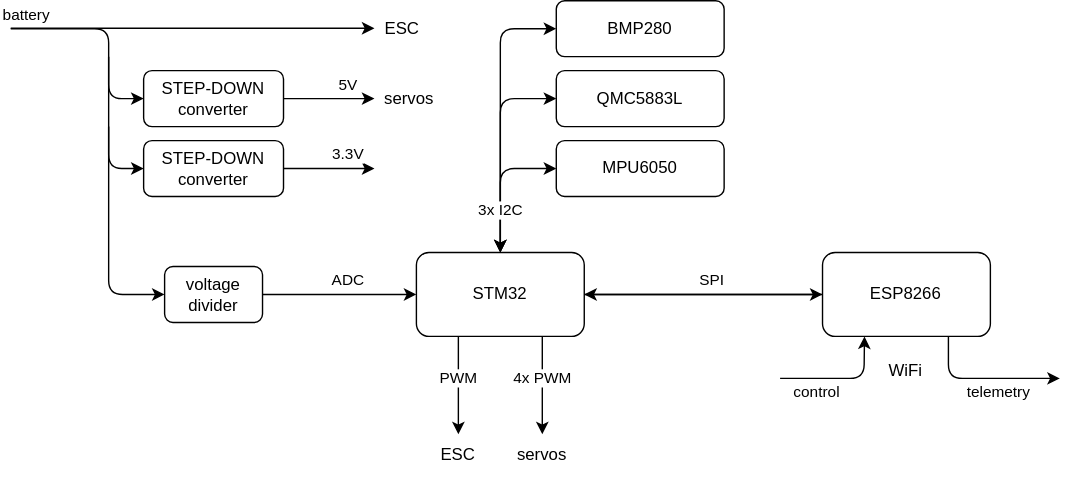
Above: docs/flight_controller.drawio.svg in Eryk-Mozdzen/uav-tvc-goose (draw.io), before the change. Source tidied: cells renumbered, new cells last; positions are measured from the earlier drawing's top-left corner, leaving out a move shared by most shapes.
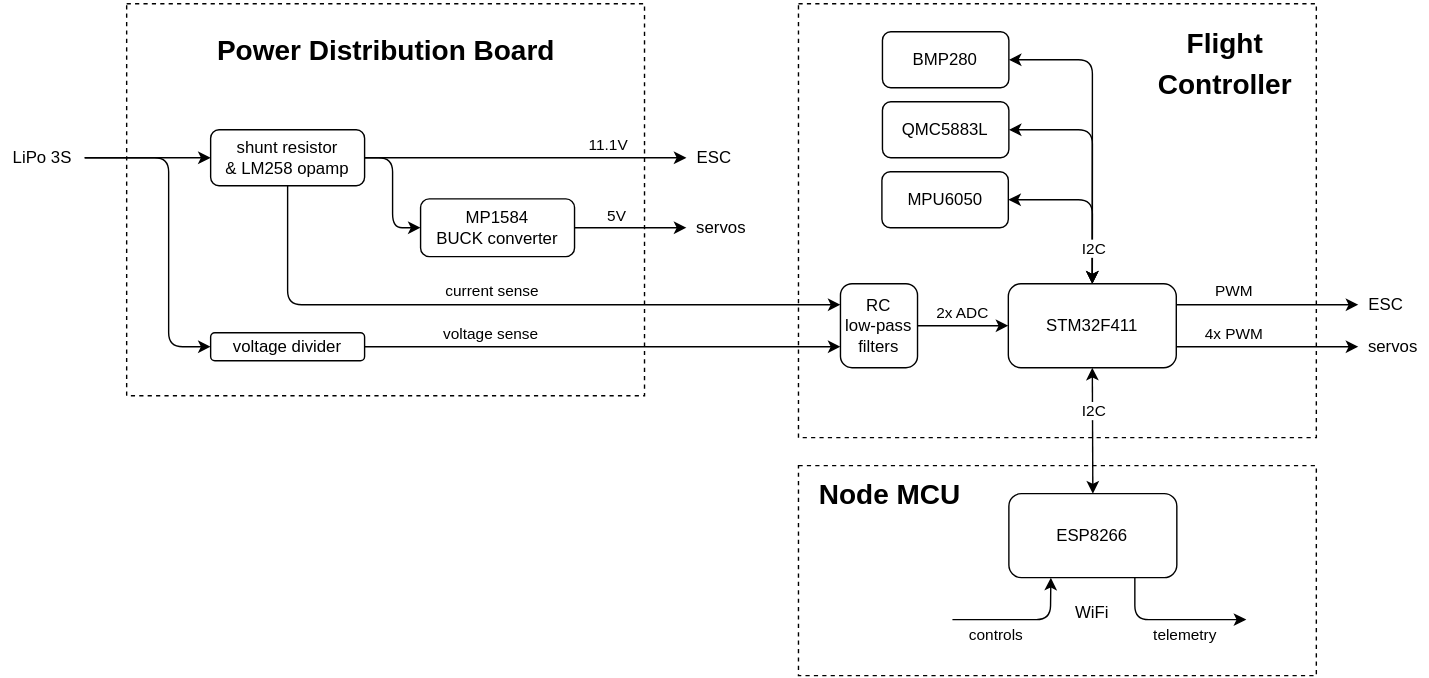
The same diagram one commit later.

Diff of the diagram source:
```diff
@@ -2,46 +2,36 @@
   <root>
     <mxCell id="0" />
     <mxCell id="1" parent="0" />
-    <mxCell id="2" style="edgeStyle=none;html=1;entryX=0;entryY=0.5;entryDx=0;entryDy=0;" parent="1" edge="1" source="6" target="11">
-      <mxGeometry relative="1" as="geometry" />
-    </mxCell>
+    <mxCell id="43" style="rounded=0;whiteSpace=wrap;html=1;dashed=1;" parent="1" vertex="1">
+      <mxGeometry x="-150" y="-10" width="370" height="280" as="geometry" />
+    </mxCell>
+    <mxCell id="44" style="rounded=0;whiteSpace=wrap;html=1;dashed=1;" parent="1" vertex="1">
+      <mxGeometry x="330" y="-10" width="370" height="310" as="geometry" />
+    </mxCell>
+    <mxCell id="45" style="rounded=0;whiteSpace=wrap;html=1;dashed=1;" parent="1" vertex="1">
+      <mxGeometry x="330" y="320" width="370" height="150" as="geometry" />
+    </mxCell>
     <mxCell id="3" style="edgeStyle=none;html=1;entryX=0.25;entryY=1;entryDx=0;entryDy=0;" parent="1" edge="1" target="11">
       <mxGeometry relative="1" as="geometry">
-        <mxPoint x="550" y="270" as="sourcePoint" />
+        <mxPoint x="440" y="430" as="sourcePoint" />
         <Array as="points">
-          <mxPoint x="610" y="270" />
+          <mxPoint x="510" y="430" />
         </Array>
       </mxGeometry>
     </mxCell>
-    <mxCell id="4" value="control" style="edgeLabel;html=1;align=center;verticalAlign=middle;" parent="3" vertex="1">
+    <mxCell id="4" value="controls" style="edgeLabel;html=1;align=center;verticalAlign=middle;" parent="3" vertex="1">
       <mxGeometry x="0.02" relative="1" as="geometry">
         <mxPoint x="-21" y="10" as="offset" />
       </mxGeometry>
     </mxCell>
-    <mxCell id="5" style="edgeStyle=none;html=1;entryX=0;entryY=0.5;entryDx=0;entryDy=0;" parent="1" edge="1" target="15">
-      <mxGeometry relative="1" as="geometry">
-        <mxPoint x="70" y="40" as="sourcePoint" />
-        <Array as="points">
-          <mxPoint x="70" y="120" />
-        </Array>
-      </mxGeometry>
-    </mxCell>
-    <mxCell id="6" value="STM32" style="rounded=1;whiteSpace=wrap;html=1;" parent="1" vertex="1">
-      <mxGeometry x="290" y="180" width="120" height="60" as="geometry" />
+    <mxCell id="6" value="STM32F411" style="rounded=1;whiteSpace=wrap;html=1;" parent="1" vertex="1">
+      <mxGeometry x="479.9" y="190" width="120" height="60" as="geometry" />
     </mxCell>
-    <mxCell id="7" style="edgeStyle=none;html=1;entryX=1;entryY=0.5;entryDx=0;entryDy=0;" parent="1" edge="1" source="11" target="6">
-      <mxGeometry relative="1" as="geometry" />
-    </mxCell>
-    <mxCell id="8" value="SPI" style="edgeLabel;html=1;align=center;verticalAlign=middle;" parent="7" vertex="1">
-      <mxGeometry x="-0.29" relative="1" as="geometry">
-        <mxPoint x="-20" y="-10" as="offset" />
-      </mxGeometry>
-    </mxCell>
     <mxCell id="9" style="edgeStyle=none;html=1;exitX=0.75;exitY=1;exitDx=0;exitDy=0;" parent="1" edge="1" source="11">
       <mxGeometry relative="1" as="geometry">
-        <mxPoint x="750" y="270" as="targetPoint" />
+        <mxPoint x="650" y="430" as="targetPoint" />
         <Array as="points">
-          <mxPoint x="670.3" y="270" />
+          <mxPoint x="570.3" y="430" />
         </Array>
       </mxGeometry>
     </mxCell>
@@ -51,150 +41,168 @@
       </mxGeometry>
     </mxCell>
     <mxCell id="11" value="ESP8266" style="rounded=1;whiteSpace=wrap;html=1;" parent="1" vertex="1">
-      <mxGeometry x="580.3" y="180" width="120" height="60" as="geometry" />
+      <mxGeometry x="480.3" y="340" width="120" height="60" as="geometry" />
     </mxCell>
-    <mxCell id="12" style="edgeStyle=none;html=1;exitX=1;exitY=0.5;exitDx=0;exitDy=0;" parent="1" edge="1" source="15">
-      <mxGeometry relative="1" as="geometry">
-        <mxPoint x="260" y="120" as="targetPoint" />
-      </mxGeometry>
-    </mxCell>
-    <mxCell id="13" value="3.3V" style="edgeLabel;html=1;align=center;verticalAlign=middle;" parent="12" vertex="1">
-      <mxGeometry x="-0.22" y="-2" relative="1" as="geometry">
-        <mxPoint x="-78" y="-12" as="offset" />
-      </mxGeometry>
-    </mxCell>
-    <mxCell id="14" value="3.3V" style="edgeLabel;html=1;align=center;verticalAlign=middle;" parent="12" vertex="1">
-      <mxGeometry x="0.38" relative="1" as="geometry">
-        <mxPoint y="-10" as="offset" />
-      </mxGeometry>
-    </mxCell>
-    <mxCell id="15" value="STEP-DOWN&lt;br&gt;converter" style="rounded=1;whiteSpace=wrap;html=1;" parent="1" vertex="1">
-      <mxGeometry x="95" y="100" width="100" height="40" as="geometry" />
-    </mxCell>
     <mxCell id="16" value="WiFi" style="text;html=1;strokeColor=none;fillColor=none;align=center;verticalAlign=middle;whiteSpace=wrap;rounded=0;" parent="1" vertex="1">
-      <mxGeometry x="610.3" y="250" width="60" height="30" as="geometry" />
+      <mxGeometry x="510.3" y="410" width="60" height="30" as="geometry" />
     </mxCell>
-    <mxCell id="17" style="endArrow=classic;html=1;" parent="1" edge="1">
-      <mxGeometry relative="1" as="geometry">
-        <mxPoint y="19.7" as="sourcePoint" />
-        <mxPoint x="260" y="19.7" as="targetPoint" />
-      </mxGeometry>
+    <mxCell id="17" style="endArrow=classic;html=1;entryX=0;entryY=0.5;entryDx=0;entryDy=0;exitX=1;exitY=0.5;exitDx=0;exitDy=0;" parent="1" edge="1" source="47" target="41">
+      <mxGeometry relative="1" as="geometry" />
     </mxCell>
-    <mxCell id="18" value="battery" style="edgeLabel;html=1;align=center;verticalAlign=middle;" parent="17" vertex="1">
-      <mxGeometry x="0.19" y="1" relative="1" as="geometry">
-        <mxPoint x="-144" y="-9" as="offset" />
-      </mxGeometry>
-    </mxCell>
+    <mxCell id="46" value="11.1V" style="edgeLabel;html=1;align=center;verticalAlign=middle;" parent="17" vertex="1">
+      <mxGeometry x="0.37" y="-2" relative="1" as="geometry">
+        <mxPoint x="16" y="-12" as="offset" />
+      </mxGeometry>
+    </mxCell>
-    <mxCell id="19" style="endArrow=classic;html=1;entryX=0.5;entryY=0;entryDx=0;entryDy=0;" parent="1" edge="1" target="21">
-      <mxGeometry relative="1" as="geometry">
-        <mxPoint x="320" y="240" as="sourcePoint" />
-      </mxGeometry>
+    <mxCell id="19" style="endArrow=classic;html=1;entryX=0;entryY=0.5;entryDx=0;entryDy=0;exitX=1;exitY=0.25;exitDx=0;exitDy=0;" parent="1" edge="1" source="6" target="21">
+      <mxGeometry relative="1" as="geometry" />
     </mxCell>
     <mxCell id="20" value="PWM" style="edgeLabel;html=1;align=center;verticalAlign=middle;" parent="19" vertex="1">
       <mxGeometry x="-0.23" y="-1" relative="1" as="geometry">
-        <mxPoint x="1" y="3" as="offset" />
+        <mxPoint x="-10" y="-12" as="offset" />
       </mxGeometry>
     </mxCell>
     <mxCell id="21" value="ESC" style="text;html=1;strokeColor=none;fillColor=none;align=center;verticalAlign=middle;whiteSpace=wrap;rounded=0;" parent="1" vertex="1">
-      <mxGeometry x="300" y="310" width="40" height="30" as="geometry" />
+      <mxGeometry x="730" y="190" width="40" height="30" as="geometry" />
     </mxCell>
-    <mxCell id="22" style="endArrow=classic;html=1;exitX=0.75;exitY=1;exitDx=0;exitDy=0;entryX=0.5;entryY=0;entryDx=0;entryDy=0;" parent="1" edge="1" source="6" target="24">
+    <mxCell id="22" style="endArrow=classic;html=1;entryX=0;entryY=0.5;entryDx=0;entryDy=0;exitX=1;exitY=0.75;exitDx=0;exitDy=0;" parent="1" edge="1" source="6" target="24">
       <mxGeometry relative="1" as="geometry" />
     </mxCell>
     <mxCell id="23" value="4x PWM" style="edgeLabel;html=1;align=center;verticalAlign=middle;" parent="22" vertex="1">
       <mxGeometry x="0.34" y="1" relative="1" as="geometry">
-        <mxPoint x="-1" y="-17" as="offset" />
+        <mxPoint x="-47" y="-9" as="offset" />
       </mxGeometry>
     </mxCell>
     <mxCell id="24" value="servos" style="text;html=1;strokeColor=none;fillColor=none;align=center;verticalAlign=middle;whiteSpace=wrap;rounded=0;" parent="1" vertex="1">
-      <mxGeometry x="350" y="310" width="60" height="30" as="geometry" />
+      <mxGeometry x="730" y="220" width="50" height="30" as="geometry" />
     </mxCell>
     <mxCell id="25" value="QMC5883L" style="rounded=1;whiteSpace=wrap;html=1;" parent="1" vertex="1">
-      <mxGeometry x="390" y="50" width="120" height="40" as="geometry" />
+      <mxGeometry x="390" y="60" width="90.3" height="40" as="geometry" />
     </mxCell>
     <mxCell id="26" value="MPU6050" style="rounded=1;whiteSpace=wrap;html=1;" parent="1" vertex="1">
-      <mxGeometry x="390" y="100" width="120" height="40" as="geometry" />
+      <mxGeometry x="389.6" y="110" width="90.3" height="40" as="geometry" />
     </mxCell>
-    <mxCell id="27" style="endArrow=classic;startArrow=classic;html=1;exitX=0.5;exitY=0;exitDx=0;exitDy=0;entryX=0;entryY=0.5;entryDx=0;entryDy=0;" parent="1" edge="1" source="6" target="26">
+    <mxCell id="27" style="endArrow=classic;startArrow=classic;html=1;exitX=0.5;exitY=0;exitDx=0;exitDy=0;entryX=1;entryY=0.5;entryDx=0;entryDy=0;" parent="1" edge="1" source="6" target="26">
       <mxGeometry relative="1" as="geometry">
         <Array as="points">
-          <mxPoint x="350" y="120" />
+          <mxPoint x="540" y="130" />
         </Array>
       </mxGeometry>
     </mxCell>
-    <mxCell id="28" style="endArrow=classic;startArrow=classic;html=1;exitX=0.5;exitY=0;exitDx=0;exitDy=0;entryX=0;entryY=0.5;entryDx=0;entryDy=0;" parent="1" edge="1" source="6" target="25">
+    <mxCell id="28" style="endArrow=classic;startArrow=classic;html=1;exitX=0.5;exitY=0;exitDx=0;exitDy=0;entryX=1;entryY=0.5;entryDx=0;entryDy=0;" parent="1" edge="1" source="6" target="25">
       <mxGeometry relative="1" as="geometry">
         <Array as="points">
-          <mxPoint x="350" y="70" />
+          <mxPoint x="540" y="80" />
         </Array>
       </mxGeometry>
     </mxCell>
-    <mxCell id="29" style="endArrow=classic;html=1;entryX=0;entryY=0.5;entryDx=0;entryDy=0;" parent="1" edge="1" target="33">
-      <mxGeometry relative="1" as="geometry">
-        <mxPoint x="70" y="90" as="sourcePoint" />
-        <Array as="points">
-          <mxPoint x="70" y="210" />
-        </Array>
-      </mxGeometry>
-    </mxCell>
-    <mxCell id="30" value="ADC" style="edgeLabel;html=1;align=center;verticalAlign=middle;" parent="29" vertex="1">
-      <mxGeometry x="0.65" y="-1" relative="1" as="geometry">
-        <mxPoint x="52" y="-1" as="offset" />
-      </mxGeometry>
-    </mxCell>
-    <mxCell id="31" style="edgeStyle=none;html=1;entryX=0;entryY=0.5;entryDx=0;entryDy=0;" parent="1" edge="1" source="33" target="6">
-      <mxGeometry relative="1" as="geometry" />
-    </mxCell>
-    <mxCell id="32" value="ADC" style="edgeLabel;html=1;align=center;verticalAlign=middle;" parent="31" vertex="1">
-      <mxGeometry x="0.31" y="-2" relative="1" as="geometry">
-        <mxPoint x="-12" y="-12" as="offset" />
-      </mxGeometry>
-    </mxCell>
-    <mxCell id="33" value="voltage divider" style="rounded=1;whiteSpace=wrap;html=1;" parent="1" vertex="1">
-      <mxGeometry x="110" y="190" width="70" height="40" as="geometry" />
-    </mxCell>
     <mxCell id="34" value="BMP280" style="rounded=1;whiteSpace=wrap;html=1;" parent="1" vertex="1">
-      <mxGeometry x="390" width="120" height="40" as="geometry" />
+      <mxGeometry x="390" y="10" width="90.3" height="40" as="geometry" />
     </mxCell>
-    <mxCell id="35" style="endArrow=classic;startArrow=classic;html=1;exitX=0.5;exitY=0;exitDx=0;exitDy=0;entryX=0;entryY=0.5;entryDx=0;entryDy=0;" parent="1" edge="1" source="6" target="34">
+    <mxCell id="35" style="endArrow=classic;startArrow=classic;html=1;exitX=0.5;exitY=0;exitDx=0;exitDy=0;entryX=1;entryY=0.5;entryDx=0;entryDy=0;" parent="1" edge="1" source="6" target="34">
       <mxGeometry relative="1" as="geometry">
         <Array as="points">
-          <mxPoint x="350" y="20" />
+          <mxPoint x="540" y="30" />
         </Array>
       </mxGeometry>
     </mxCell>
-    <mxCell id="36" value="3x I2C" style="edgeLabel;html=1;align=center;verticalAlign=middle;" parent="35" vertex="1">
+    <mxCell id="36" value="I2C" style="edgeLabel;html=1;align=center;verticalAlign=middle;" parent="35" vertex="1">
       <mxGeometry x="0.44" relative="1" as="geometry">
-        <mxPoint y="114" as="offset" />
+        <mxPoint y="133" as="offset" />
       </mxGeometry>
     </mxCell>
-    <mxCell id="37" value="STEP-DOWN&lt;br&gt;converter" style="rounded=1;whiteSpace=wrap;html=1;" parent="1" vertex="1">
-      <mxGeometry x="95" y="50" width="100" height="40" as="geometry" />
+    <mxCell id="37" value="&lt;div&gt;MP1584&lt;/div&gt;&lt;div&gt;BUCK converter&lt;/div&gt;" style="rounded=1;whiteSpace=wrap;html=1;" parent="1" vertex="1">
+      <mxGeometry x="60" y="129.4" width="110" height="41.2" as="geometry" />
     </mxCell>
-    <mxCell id="38" style="edgeStyle=none;html=1;exitX=1;exitY=0.5;exitDx=0;exitDy=0;" parent="1" edge="1" source="37">
-      <mxGeometry relative="1" as="geometry">
-        <mxPoint x="260" y="70" as="targetPoint" />
-      </mxGeometry>
+    <mxCell id="38" style="edgeStyle=none;html=1;exitX=1;exitY=0.5;exitDx=0;exitDy=0;" parent="1" edge="1" source="37" target="42">
+      <mxGeometry relative="1" as="geometry" />
     </mxCell>
     <mxCell id="39" value="5V" style="edgeLabel;html=1;align=center;verticalAlign=middle;" parent="38" vertex="1">
-      <mxGeometry x="0.38" relative="1" as="geometry">
-        <mxPoint y="-10" as="offset" />
+      <mxGeometry x="0.33" y="-1" relative="1" as="geometry">
+        <mxPoint x="-24" y="-10" as="offset" />
       </mxGeometry>
     </mxCell>
-    <mxCell id="40" style="endArrow=classic;html=1;entryX=0;entryY=0.5;entryDx=0;entryDy=0;" parent="1" edge="1" target="37">
+    <mxCell id="40" style="endArrow=classic;html=1;entryX=0;entryY=0.5;entryDx=0;entryDy=0;exitX=1;exitY=0.5;exitDx=0;exitDy=0;" parent="1" edge="1" source="47" target="37">
       <mxGeometry relative="1" as="geometry">
-        <mxPoint y="20" as="sourcePoint" />
         <Array as="points">
-          <mxPoint x="70" y="20" />
-          <mxPoint x="70" y="70" />
+          <mxPoint x="40" y="100" />
+          <mxPoint x="40" y="150" />
         </Array>
       </mxGeometry>
     </mxCell>
     <mxCell id="41" value="ESC" style="text;html=1;strokeColor=none;fillColor=none;align=center;verticalAlign=middle;whiteSpace=wrap;rounded=0;" parent="1" vertex="1">
-      <mxGeometry x="260" y="5" width="40" height="30" as="geometry" />
+      <mxGeometry x="249.9" y="85" width="40" height="30" as="geometry" />
     </mxCell>
     <mxCell id="42" value="servos" style="text;html=1;strokeColor=none;fillColor=none;align=center;verticalAlign=middle;whiteSpace=wrap;rounded=0;" parent="1" vertex="1">
-      <mxGeometry x="260" y="55" width="50" height="30" as="geometry" />
+      <mxGeometry x="249.9" y="135" width="50" height="30" as="geometry" />
     </mxCell>
+    <mxCell id="47" value="shunt resistor&lt;br&gt;&amp;amp; LM258 opamp" style="rounded=1;whiteSpace=wrap;html=1;" parent="1" vertex="1">
+      <mxGeometry x="-90" y="80" width="110" height="40" as="geometry" />
+    </mxCell>
+    <mxCell id="48" style="endArrow=classic;html=1;entryX=0;entryY=0.5;entryDx=0;entryDy=0;exitX=1;exitY=0.5;exitDx=0;exitDy=0;" parent="1" edge="1" source="52" target="47">
+      <mxGeometry relative="1" as="geometry" />
+    </mxCell>
+    <mxCell id="49" style="endArrow=classic;html=1;exitX=0.5;exitY=1;exitDx=0;exitDy=0;entryX=0;entryY=0.25;entryDx=0;entryDy=0;" parent="1" edge="1" source="47" target="56">
+      <mxGeometry relative="1" as="geometry">
+        <Array as="points">
+          <mxPoint x="-35" y="205" />
+        </Array>
+      </mxGeometry>
+    </mxCell>
+    <mxCell id="50" value="current sense" style="edgeLabel;html=1;align=center;verticalAlign=middle;fontSize=11;" parent="49" vertex="1">
+      <mxGeometry x="0.55" y="-1" relative="1" as="geometry">
+        <mxPoint x="-141" y="-12" as="offset" />
+      </mxGeometry>
+    </mxCell>
+    <mxCell id="2" style="endArrow=classic;startArrow=classic;html=1;exitX=0.5;exitY=1;exitDx=0;exitDy=0;entryX=0.5;entryY=0;entryDx=0;entryDy=0;" parent="1" edge="1" source="6" target="11">
+      <mxGeometry relative="1" as="geometry" />
+    </mxCell>
+    <mxCell id="51" value="I2C" style="edgeLabel;html=1;align=center;verticalAlign=middle;" parent="2" vertex="1">
+      <mxGeometry x="0.11" relative="1" as="geometry">
+        <mxPoint y="-20" as="offset" />
+      </mxGeometry>
+    </mxCell>
+    <mxCell id="52" value="LiPo 3S" style="text;html=1;strokeColor=none;fillColor=none;align=center;verticalAlign=middle;whiteSpace=wrap;rounded=0;dashed=1;" parent="1" vertex="1">
+      <mxGeometry x="-240" y="85" width="60" height="30" as="geometry" />
+    </mxCell>
+    <mxCell id="33" value="voltage divider" style="rounded=1;whiteSpace=wrap;html=1;" parent="1" vertex="1">
+      <mxGeometry x="-90" y="225" width="110" height="20" as="geometry" />
+    </mxCell>
+    <mxCell id="53" style="endArrow=classic;html=1;exitX=1;exitY=0.5;exitDx=0;exitDy=0;entryX=0;entryY=0.5;entryDx=0;entryDy=0;" parent="1" edge="1" source="52" target="33">
+      <mxGeometry relative="1" as="geometry">
+        <Array as="points">
+          <mxPoint x="-120" y="100" />
+          <mxPoint x="-120" y="235" />
+        </Array>
+      </mxGeometry>
+    </mxCell>
+    <mxCell id="54" style="endArrow=classic;html=1;exitX=1;exitY=0.5;exitDx=0;exitDy=0;entryX=0;entryY=0.75;entryDx=0;entryDy=0;" parent="1" edge="1" source="33" target="56">
+      <mxGeometry relative="1" as="geometry" />
+    </mxCell>
+    <mxCell id="55" value="voltage sense" style="edgeLabel;html=1;align=center;verticalAlign=middle;fontSize=11;" parent="54" vertex="1">
+      <mxGeometry x="-0.26" y="1" relative="1" as="geometry">
+        <mxPoint x="-36" y="-9" as="offset" />
+      </mxGeometry>
+    </mxCell>
+    <mxCell id="56" value="RC&lt;br&gt;low-pass filters" style="rounded=1;whiteSpace=wrap;html=1;" parent="1" vertex="1">
+      <mxGeometry x="360" y="190" width="55.1" height="60" as="geometry" />
+    </mxCell>
+    <mxCell id="57" style="endArrow=classic;html=1;exitX=1;exitY=0.5;exitDx=0;exitDy=0;entryX=0;entryY=0.5;entryDx=0;entryDy=0;" parent="1" edge="1" source="56" target="6">
+      <mxGeometry relative="1" as="geometry" />
+    </mxCell>
+    <mxCell id="58" value="2x ADC" style="edgeLabel;html=1;align=center;verticalAlign=middle;" parent="57" vertex="1">
+      <mxGeometry x="-0.37" relative="1" as="geometry">
+        <mxPoint x="11" y="-10" as="offset" />
+      </mxGeometry>
+    </mxCell>
+    <mxCell id="59" value="&lt;h1&gt;&lt;font style=&quot;font-size: 20px&quot;&gt;Flight Controller&lt;/font&gt;&lt;/h1&gt;" style="text;html=1;strokeColor=none;fillColor=none;spacing=5;spacingTop=-20;whiteSpace=wrap;overflow=hidden;rounded=0;dashed=1;align=center;" parent="1" vertex="1">
+      <mxGeometry x="580" y="-2.5" width="110" height="65" as="geometry" />
+    </mxCell>
+    <mxCell id="60" value="&lt;h1&gt;&lt;font style=&quot;font-size: 20px&quot;&gt;Power Distribution Board&lt;/font&gt;&lt;/h1&gt;" style="text;html=1;strokeColor=none;fillColor=none;spacing=5;spacingTop=-20;whiteSpace=wrap;overflow=hidden;rounded=0;dashed=1;" parent="1" vertex="1">
+      <mxGeometry x="-90" y="2.5" width="260" height="40" as="geometry" />
+    </mxCell>
+    <mxCell id="61" value="&lt;h1&gt;&lt;font style=&quot;font-size: 20px&quot;&gt;Node MCU&lt;/font&gt;&lt;/h1&gt;" style="text;html=1;strokeColor=none;fillColor=none;spacing=5;spacingTop=-20;whiteSpace=wrap;overflow=hidden;rounded=0;dashed=1;" parent="1" vertex="1">
+      <mxGeometry x="340" y="320" width="120" height="40" as="geometry" />
+    </mxCell>
   </root>
 </mxGraphModel>
```
